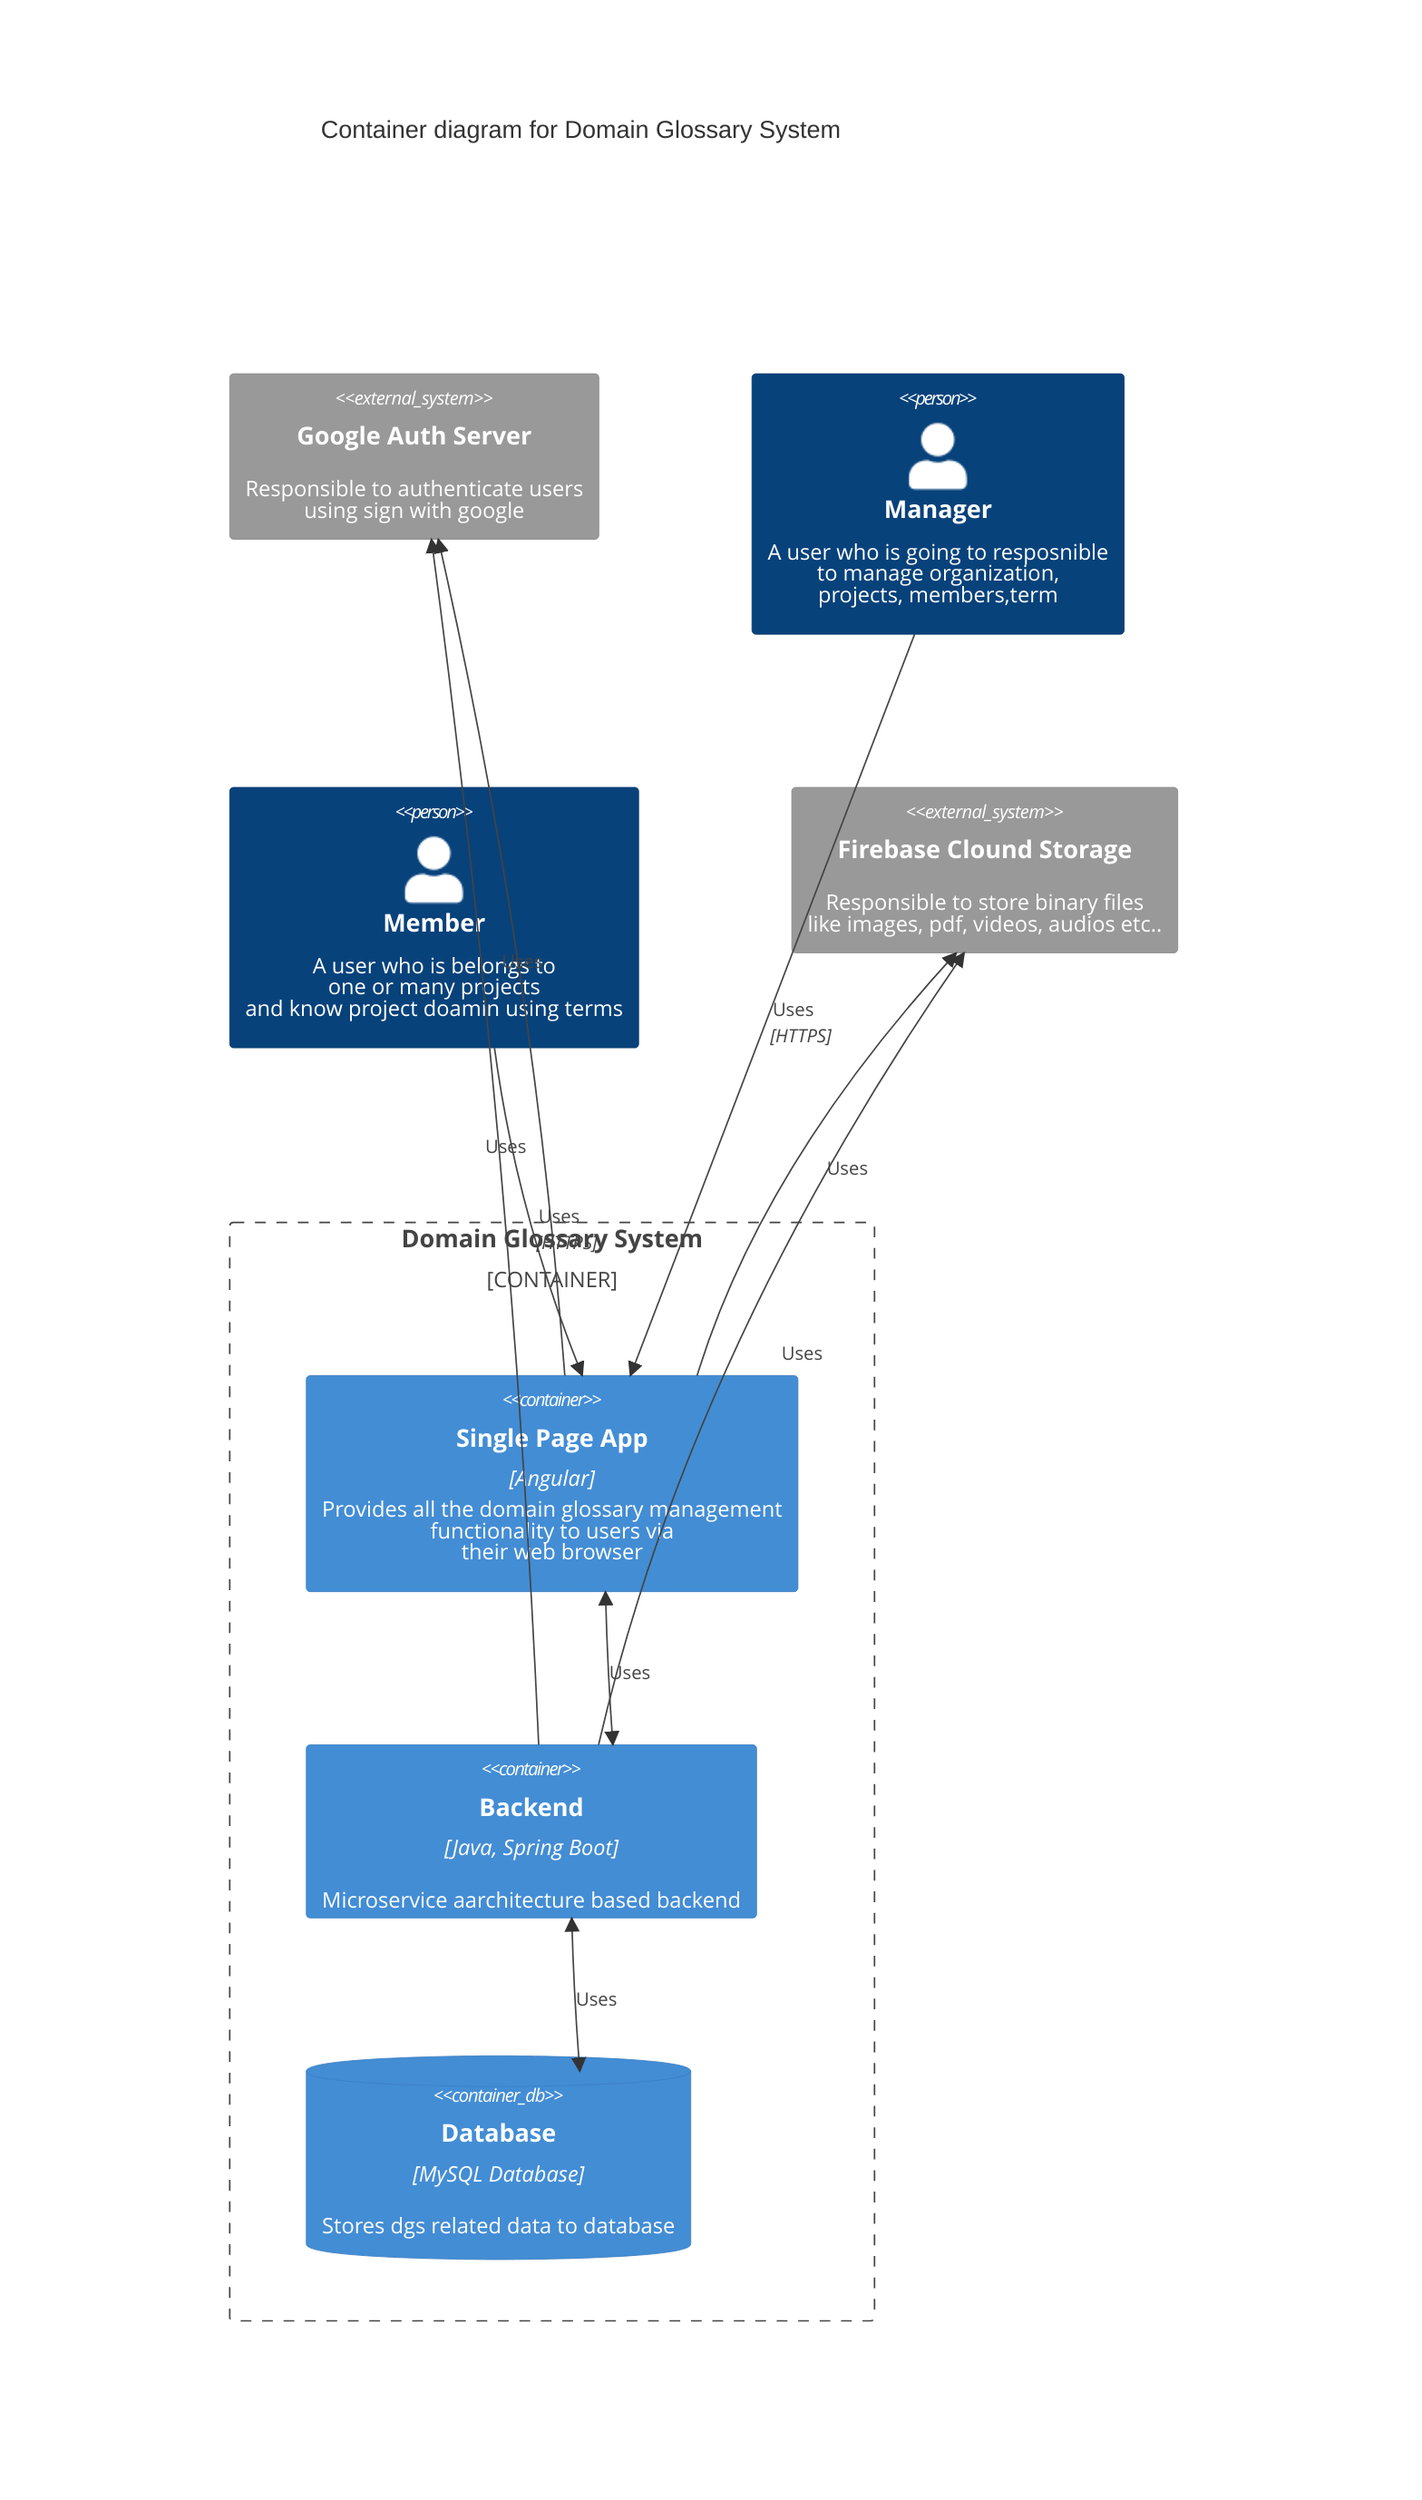
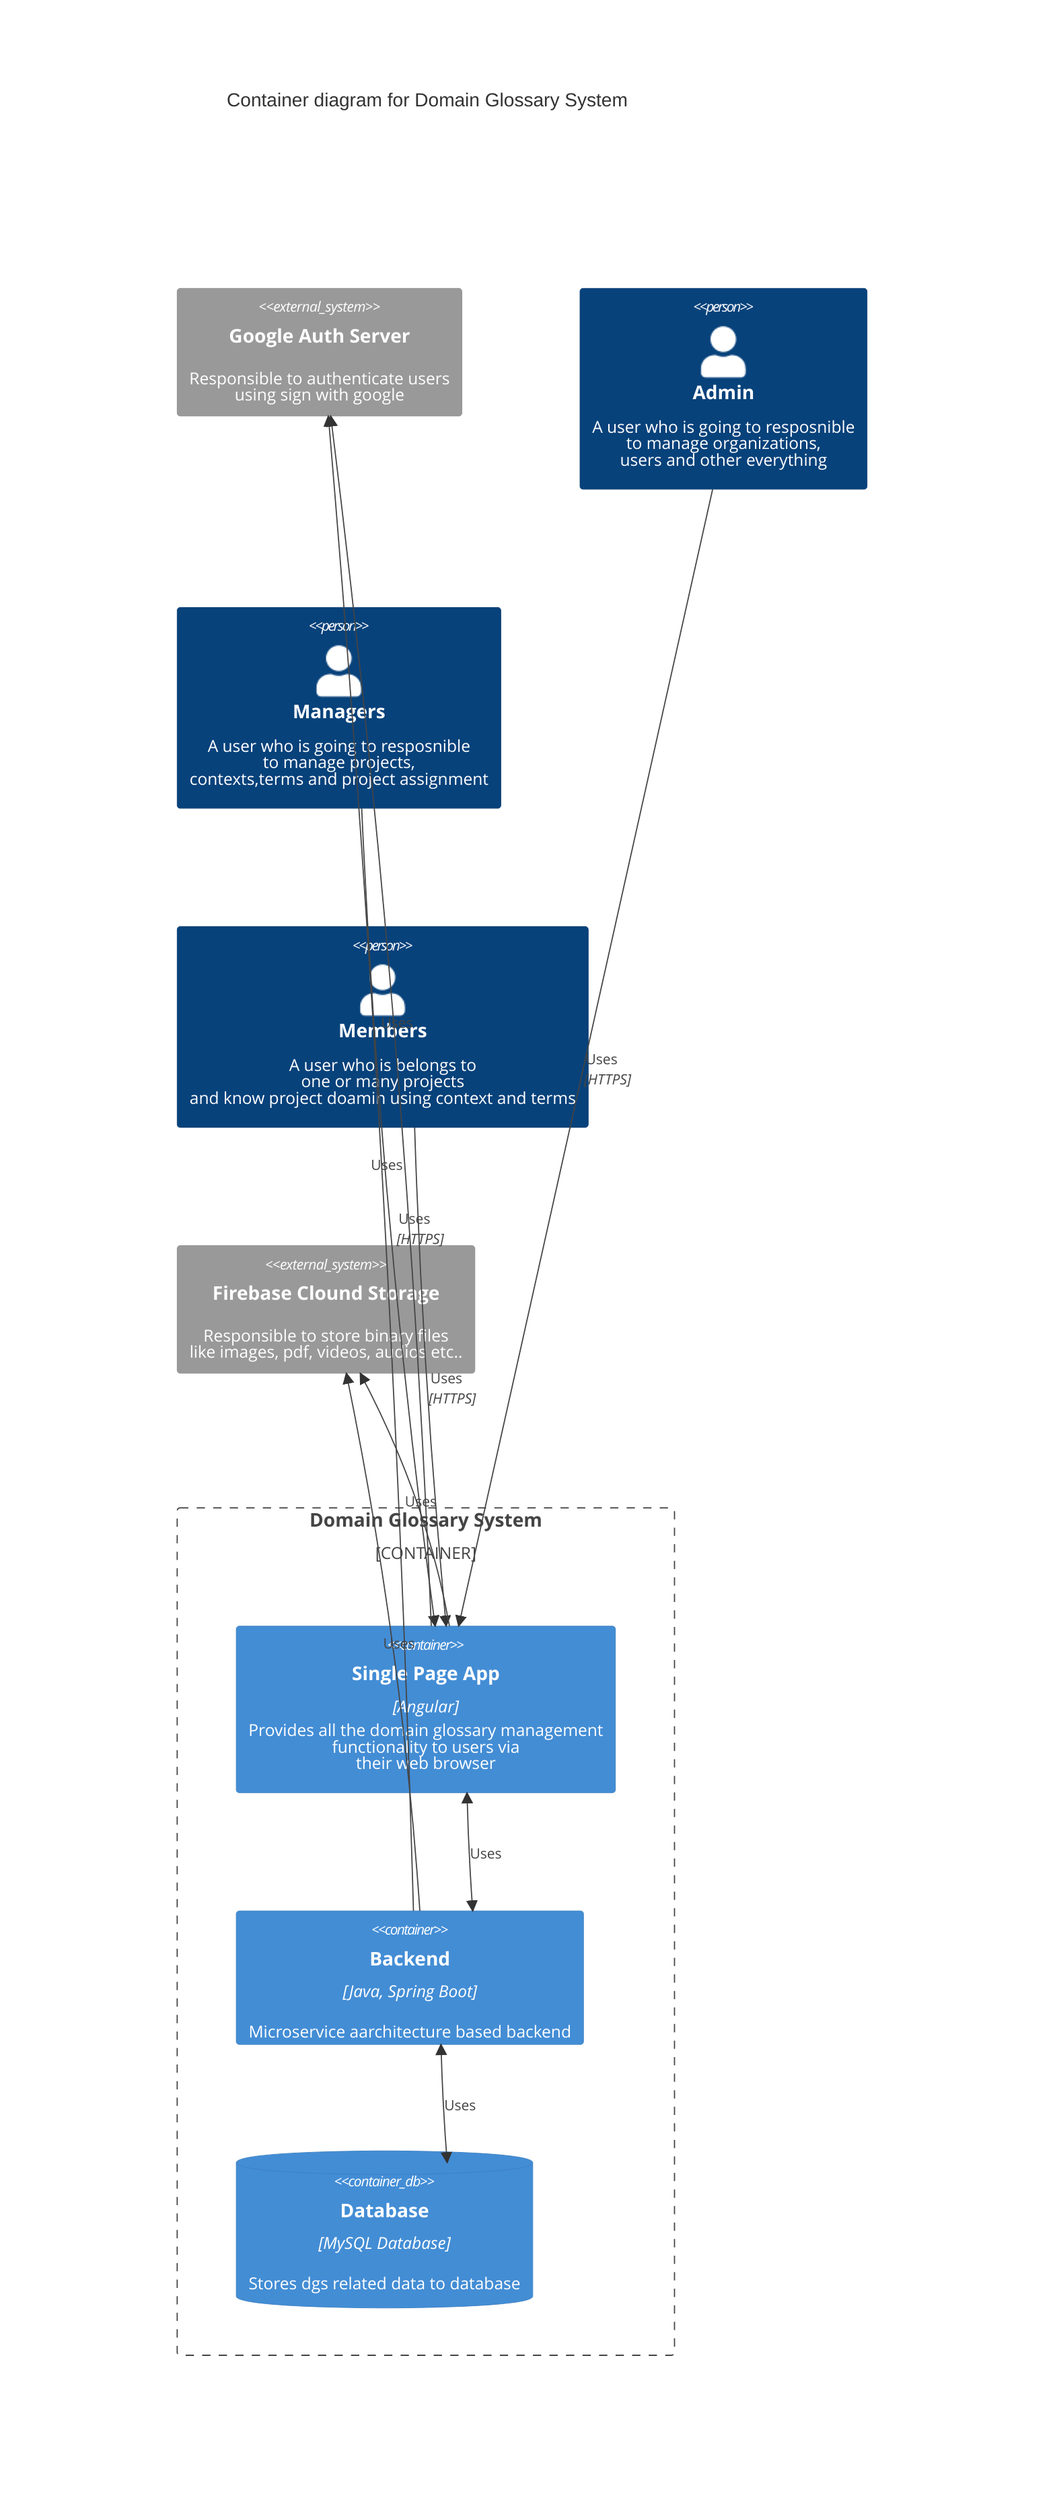
    C4Container
    title Container diagram for Domain Glossary System

    System_Ext(google_auth_server, "Google Auth Server", "Responsible to authenticate users <br/> using sign with google")
-     Person(manager, "Manager", "A user who is going to resposnible <br/> to manage organization, <br/> projects, members,term")
-     Person(member, "Member", "A user who is belongs to <br/> one or many projects <br/> and know project doamin using terms")
+     Person(admin, "Admin", "A user who is going to resposnible <br/> to manage organizations, <br/> users and other everything")
+     Person(managers, "Managers", "A user who is going to resposnible <br/> to manage projects, <br/> contexts,terms and project assignment")
+     Person(members, "Members", "A user who is belongs to <br/> one or many projects <br/> and know project doamin using context and terms")
    System_Ext(fcs_blob_storage, "Firebase Clound Storage", "Responsible to store binary files <br/> like images, pdf, videos, audios etc..")


    Container_Boundary(c1, "Domain Glossary System") {
        Container(spa, "Single Page App", "Angular", "Provides all the domain glossary management <br/> functionality to users via <br/>their web browser")
        Container(dgs_backend_system, "Backend", "Java, Spring Boot", "Microservice aarchitecture based backend")
        ContainerDb(dgs_db, "Database", "MySQL Database", "Stores dgs related data to database")
    }

-     Rel(manager, spa, "Uses", "HTTPS")
-     Rel(member, spa, "Uses", "HTTPS")
+     Rel(admin, spa, "Uses", "HTTPS")
+     Rel(managers, spa, "Uses", "HTTPS")
+     Rel(members, spa, "Uses", "HTTPS")

    Rel(spa, google_auth_server, "Uses")
    Rel(spa, fcs_blob_storage, "Uses")

    Rel(dgs_backend_system, google_auth_server, "Uses")
    Rel(dgs_backend_system, fcs_blob_storage, "Uses")

    BiRel(spa, dgs_backend_system, "Uses")
    BiRel(dgs_backend_system, dgs_db, "Uses")


    UpdateLayoutConfig($c4ShapeInRow="3", $c4BoundaryInRow="1")

